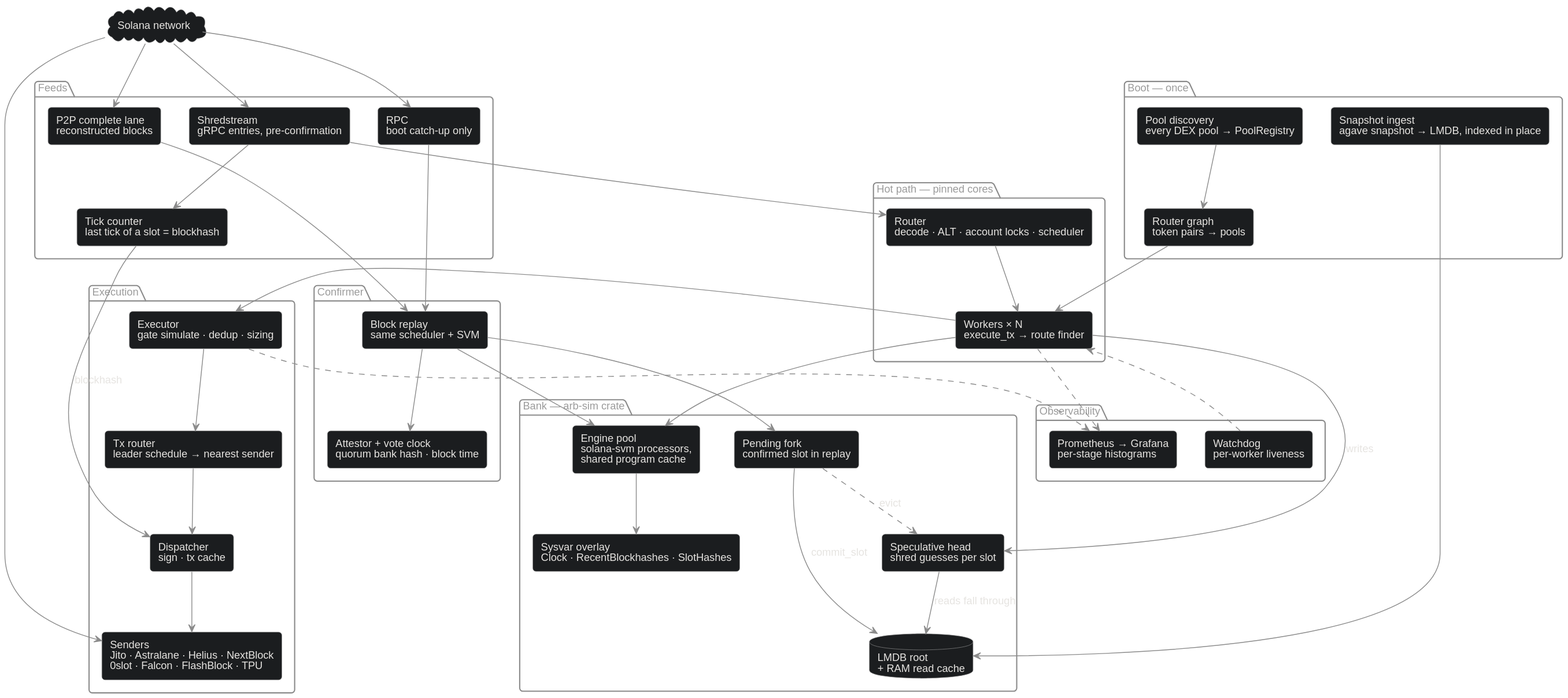
Earlier version of the PlantUML export img/projects/Lumen/diagrams/system-dark.svg (VladyslavHontar/portfolio).
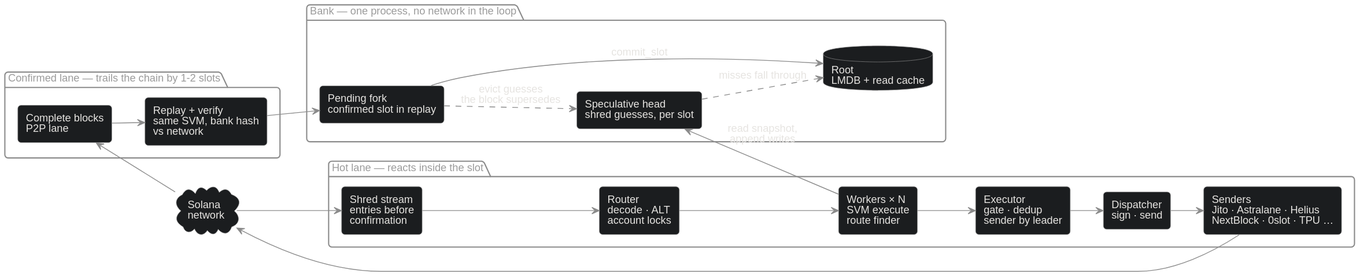
Later version of the same file.

Commit message:
Lumen: system diagram redrawn as one flow — hot lane, confirmed lane, one bank

What changed in the source:
```diff
@@ -33,79 +33,46 @@
   BorderColor #8b8b8b
   FontColor #e6e4e1
 }
+skinparam nodesep 30
+skinparam ranksep 40
+left to right direction
 
-cloud "Solana network" as net
+cloud "Solana\nnetwork" as net
 
-package "Feeds" {
-  rectangle "Shredstream\ngRPC entries, pre-confirmation" as shred
-  rectangle "P2P complete lane\nreconstructed blocks" as p2p
-  rectangle "RPC\nboot catch-up only" as rpc
-  rectangle "Tick counter\nlast tick of a slot = blockhash" as tick
+package "Hot lane — reacts inside the slot" {
+  rectangle "Shred stream\nentries before\nconfirmation" as shreds
+  rectangle "Router\ndecode · ALT\naccount locks" as router
+  rectangle "Workers × N\nSVM execute\nroute finder" as workers
+  rectangle "Executor\ngate · dedup\nsender by leader" as exec
+  rectangle "Dispatcher\nsign · send" as disp
+  rectangle "Senders\nJito · Astralane · Helius\nNextBlock · 0slot · TPU …" as senders
 }
 
-package "Boot — once" {
-  rectangle "Snapshot ingest\nagave snapshot → LMDB, indexed in place" as ingest
-  rectangle "Pool discovery\nevery DEX pool → PoolRegistry" as disc
-  rectangle "Router graph\ntoken pairs → pools" as graph
+package "Bank — one process, no network in the loop" {
+  rectangle "Speculative head\nshred guesses, per slot" as spec
+  rectangle "Pending fork\nconfirmed slot in replay" as pending
+  database "Root\nLMDB + read cache" as root
 }
 
-package "Bank — arb-sim crate" {
-  database "LMDB root\n+ RAM read cache" as root
-  rectangle "Speculative head\nshred guesses per slot" as spec
-  rectangle "Pending fork\nconfirmed slot in replay" as pending
-  rectangle "Engine pool\nsolana-svm processors,\nshared program cache" as engines
-  rectangle "Sysvar overlay\nClock · RecentBlockhashes · SlotHashes" as sysvars
+package "Confirmed lane — trails the chain by 1-2 slots" {
+  rectangle "Complete blocks\nP2P lane" as blocks
+  rectangle "Replay + verify\nsame SVM, bank hash\nvs network" as replay
 }
 
-package "Hot path — pinned cores" {
-  rectangle "Router\ndecode · ALT · account locks · scheduler" as router
-  rectangle "Workers × N\nexecute_tx → route finder" as workers
-}
+net --> shreds
+shreds --> router
+router --> workers
+workers --> exec
+exec --> disp
+disp --> senders
+senders --> net
 
-package "Execution" {
-  rectangle "Executor\ngate simulate · dedup · sizing" as exec
-  rectangle "Tx router\nleader schedule → nearest sender" as txr
-  rectangle "Dispatcher\nsign · tx cache" as disp
-  rectangle "Senders\nJito · Astralane · Helius · NextBlock\n0slot · Falcon · FlashBlock · TPU" as senders
-}
+workers -up-> spec : read snapshot,\nappend writes
+spec ..> root : misses fall through
 
-package "Confirmer" {
-  rectangle "Block replay\nsame scheduler + SVM" as replay
-  rectangle "Attestor + vote clock\nquorum bank hash · block time" as attest
-}
-
-package "Observability" {
-  rectangle "Prometheus → Grafana\nper-stage histograms" as metrics
-  rectangle "Watchdog\nper-worker liveness" as wd
-}
-
-net --> shred
-net --> p2p
-net --> rpc
-net --> senders
-shred --> tick
-shred --> router
-router --> workers
-workers --> spec : writes
-spec --> root : reads fall through
-workers --> engines
-workers --> exec
-exec --> txr
-txr --> disp
-disp --> senders
-tick --> disp : blockhash
-p2p --> replay
-rpc --> replay
+net --> blocks
+blocks --> replay
 replay --> pending
-replay --> attest
 pending --> root : commit_slot
-pending -[#8b8b8b,dashed]-> spec : evict
-replay --> engines
-engines --> sysvars
-ingest --> root
-disc --> graph
-graph --> workers
-workers -[#8b8b8b,dashed]-> metrics
-exec -[#8b8b8b,dashed]-> metrics
-wd -[#8b8b8b,dashed]-> workers
+pending ..> spec : evict guesses\nthe block supersedes
 @enduml
```
